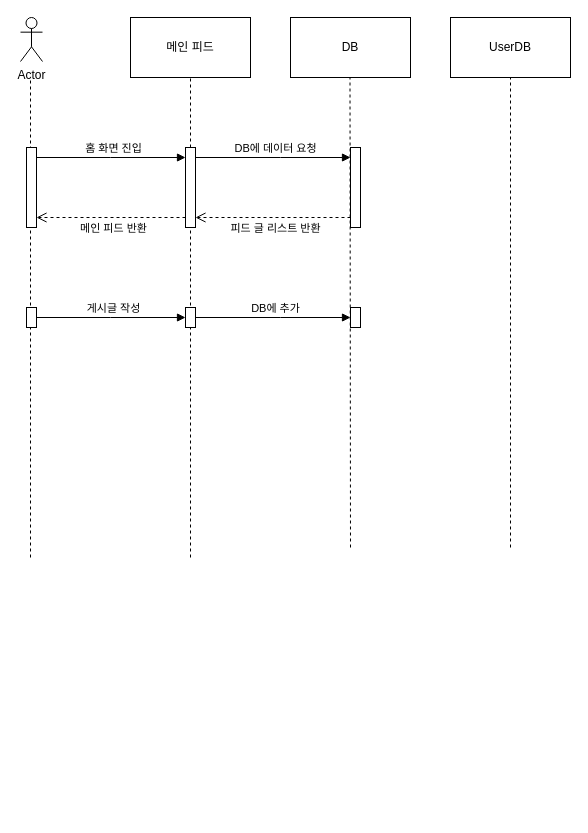
Earlier version of the draw.io diagram page "Main Feed" (3 of 4) of KB 3기 2반 5조.drawio (C0012S/SoBe-it). Source tidied: cells renumbered, new cells numbered last; positions are measured from the earlier drawing's top-left corner, leaving out a move shared by most shapes. Both pictures are drawn from the tidied source at 100%, with x=0, y=0 at pixel (20, 17).
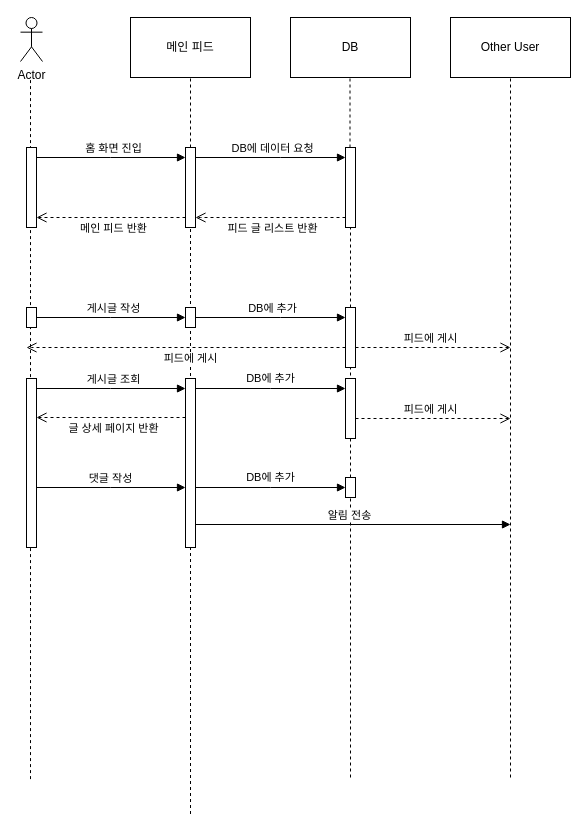
The same page after the edit.

Unchanged cells that the change refers to:
```xml
<mxCell id="12" style="html=1;points=[];perimeter=orthogonalPerimeter;outlineConnect=0;targetShapes=umlLifeline;portConstraint=eastwest;newEdgeStyle={&quot;edgeStyle&quot;:&quot;elbowEdgeStyle&quot;,&quot;elbow&quot;:&quot;vertical&quot;,&quot;curved&quot;:0,&quot;rounded&quot;:0};" parent="1" vertex="1">
  <mxGeometry x="165" y="130" width="10" height="80" as="geometry" />
</mxCell>
```

Diff of the diagram source:
```diff
@@
     <mxCell id="3" style="endArrow=none;dashed=1;html=1;rounded=0;" parent="1" edge="1">
       <mxGeometry relative="1" as="geometry">
-        <mxPoint x="10" y="540" as="sourcePoint" />
+        <mxPoint x="10" y="761.6" as="sourcePoint" />
         <mxPoint x="10" y="60" as="targetPoint" />
       </mxGeometry>
     </mxCell>
@@
-    <mxCell id="6" value="UserDB" style="rounded=0;whiteSpace=wrap;html=1;" parent="1" vertex="1">
+    <mxCell id="6" value="Other User" style="rounded=0;whiteSpace=wrap;html=1;" parent="1" vertex="1">
       <mxGeometry x="430" width="120" height="60" as="geometry" />
     </mxCell>
@@
-    <mxCell id="8" style="endArrow=none;dashed=1;html=1;rounded=0;" parent="1" edge="1">
+    <mxCell id="8" style="endArrow=none;dashed=1;html=1;rounded=0;" parent="1" edge="1" source="16">
       <mxGeometry relative="1" as="geometry">
-        <mxPoint x="330" y="530" as="sourcePoint" />
         <mxPoint x="329.5" y="60" as="targetPoint" />
       </mxGeometry>
     </mxCell>
     <mxCell id="9" style="endArrow=none;dashed=1;html=1;rounded=0;" parent="1" edge="1">
       <mxGeometry relative="1" as="geometry">
-        <mxPoint x="490" y="530" as="sourcePoint" />
+        <mxPoint x="490" y="760" as="sourcePoint" />
         <mxPoint x="490" y="60" as="targetPoint" />
       </mxGeometry>
     </mxCell>
@@
     <mxCell id="11" style="endArrow=none;dashed=1;html=1;rounded=0;" parent="1" edge="1" target="12">
       <mxGeometry relative="1" as="geometry">
-        <mxPoint x="170" y="540" as="sourcePoint" />
+        <mxPoint x="170" y="796.5" as="sourcePoint" />
       </mxGeometry>
     </mxCell>
@@
-    <mxCell id="16" style="html=1;points=[];perimeter=orthogonalPerimeter;outlineConnect=0;targetShapes=umlLifeline;portConstraint=eastwest;newEdgeStyle={&quot;edgeStyle&quot;:&quot;elbowEdgeStyle&quot;,&quot;elbow&quot;:&quot;vertical&quot;,&quot;curved&quot;:0,&quot;rounded&quot;:0};" parent="1" vertex="1">
-      <mxGeometry x="330" y="130" width="10" height="80" as="geometry" />
-    </mxCell>
@@
+    <mxCell id="23" style="endArrow=none;dashed=1;html=1;rounded=0;" parent="1" edge="1" source="37" target="22">
+      <mxGeometry relative="1" as="geometry" />
+    </mxCell>
     <mxCell id="22" style="html=1;points=[];perimeter=orthogonalPerimeter;outlineConnect=0;targetShapes=umlLifeline;portConstraint=eastwest;newEdgeStyle={&quot;edgeStyle&quot;:&quot;elbowEdgeStyle&quot;,&quot;elbow&quot;:&quot;vertical&quot;,&quot;curved&quot;:0,&quot;rounded&quot;:0};" parent="1" vertex="1">
-      <mxGeometry x="330" y="290" width="10" height="20" as="geometry" />
+      <mxGeometry x="325" y="290" width="10" height="60" as="geometry" />
     </mxCell>
+    <mxCell id="24" style="endArrow=none;dashed=1;html=1;rounded=0;" parent="1" edge="1" source="22" target="16">
+      <mxGeometry relative="1" as="geometry" />
+    </mxCell>
+    <mxCell id="16" style="html=1;points=[];perimeter=orthogonalPerimeter;outlineConnect=0;targetShapes=umlLifeline;portConstraint=eastwest;newEdgeStyle={&quot;edgeStyle&quot;:&quot;elbowEdgeStyle&quot;,&quot;elbow&quot;:&quot;vertical&quot;,&quot;curved&quot;:0,&quot;rounded&quot;:0};" parent="1" vertex="1">
+      <mxGeometry x="325" y="130" width="10" height="80" as="geometry" />
+    </mxCell>
+    <mxCell id="25" value="피드에 게시" style="html=1;verticalAlign=bottom;endArrow=open;dashed=1;endSize=8;edgeStyle=elbowEdgeStyle;elbow=vertical;curved=0;rounded=0;" parent="1" edge="1" source="22">
+      <mxGeometry x="-0.03" y="20" relative="1" as="geometry">
+        <mxPoint x="6" y="330" as="targetPoint" />
+        <Array as="points">
+          <mxPoint x="11" y="330" />
+        </Array>
+      </mxGeometry>
+    </mxCell>
+    <mxCell id="26" value="피드에 게시" style="html=1;verticalAlign=bottom;endArrow=open;dashed=1;endSize=8;edgeStyle=elbowEdgeStyle;elbow=vertical;curved=0;rounded=0;" parent="1" edge="1" source="22">
+      <mxGeometry x="-0.03" relative="1" as="geometry">
+        <mxPoint x="490" y="330" as="targetPoint" />
+      </mxGeometry>
+    </mxCell>
+    <mxCell id="27" value="게시글 조회" style="html=1;verticalAlign=bottom;endArrow=block;edgeStyle=elbowEdgeStyle;elbow=vertical;curved=0;rounded=0;" parent="1" edge="1" source="29" target="28">
+      <mxGeometry x="0.03" relative="1" as="geometry">
+        <Array as="points">
+          <mxPoint x="90" y="371" />
+        </Array>
+      </mxGeometry>
+    </mxCell>
+    <mxCell id="28" style="html=1;points=[];perimeter=orthogonalPerimeter;outlineConnect=0;targetShapes=umlLifeline;portConstraint=eastwest;newEdgeStyle={&quot;edgeStyle&quot;:&quot;elbowEdgeStyle&quot;,&quot;elbow&quot;:&quot;vertical&quot;,&quot;curved&quot;:0,&quot;rounded&quot;:0};" parent="1" vertex="1">
+      <mxGeometry x="165" y="361" width="10" height="169" as="geometry" />
+    </mxCell>
+    <mxCell id="29" style="html=1;points=[];perimeter=orthogonalPerimeter;outlineConnect=0;targetShapes=umlLifeline;portConstraint=eastwest;newEdgeStyle={&quot;edgeStyle&quot;:&quot;elbowEdgeStyle&quot;,&quot;elbow&quot;:&quot;vertical&quot;,&quot;curved&quot;:0,&quot;rounded&quot;:0};" parent="1" vertex="1">
+      <mxGeometry x="6" y="361" width="10" height="169" as="geometry" />
+    </mxCell>
+    <mxCell id="30" value="DB에 추가" style="html=1;verticalAlign=bottom;endArrow=block;edgeStyle=elbowEdgeStyle;elbow=vertical;curved=0;rounded=0;" parent="1" edge="1" target="31">
+      <mxGeometry y="1" relative="1" as="geometry">
+        <mxPoint x="175" y="371" as="sourcePoint" />
+        <Array as="points">
+          <mxPoint x="250" y="371" />
+        </Array>
+      </mxGeometry>
+    </mxCell>
+    <mxCell id="31" style="html=1;points=[];perimeter=orthogonalPerimeter;outlineConnect=0;targetShapes=umlLifeline;portConstraint=eastwest;newEdgeStyle={&quot;edgeStyle&quot;:&quot;elbowEdgeStyle&quot;,&quot;elbow&quot;:&quot;vertical&quot;,&quot;curved&quot;:0,&quot;rounded&quot;:0};" parent="1" vertex="1">
+      <mxGeometry x="325" y="361" width="10" height="60" as="geometry" />
+    </mxCell>
+    <mxCell id="32" value="피드에 게시" style="html=1;verticalAlign=bottom;endArrow=open;dashed=1;endSize=8;edgeStyle=elbowEdgeStyle;elbow=vertical;curved=0;rounded=0;" parent="1" edge="1" source="31">
+      <mxGeometry x="-0.03" relative="1" as="geometry">
+        <mxPoint x="490" y="401" as="targetPoint" />
+      </mxGeometry>
+    </mxCell>
+    <mxCell id="33" value="글 상세 페이지 반환" style="html=1;verticalAlign=bottom;endArrow=open;dashed=1;endSize=8;edgeStyle=elbowEdgeStyle;elbow=vertical;curved=0;rounded=0;" parent="1" edge="1">
+      <mxGeometry x="-0.03" y="20" relative="1" as="geometry">
+        <mxPoint x="165" y="400" as="sourcePoint" />
+        <mxPoint x="16" y="400" as="targetPoint" />
+      </mxGeometry>
+    </mxCell>
+    <mxCell id="34" value="댓글 작성" style="html=1;verticalAlign=bottom;endArrow=block;edgeStyle=elbowEdgeStyle;elbow=vertical;curved=0;rounded=0;" parent="1" edge="1">
+      <mxGeometry x="-0.01" relative="1" as="geometry">
+        <mxPoint x="16" y="470" as="sourcePoint" />
+        <mxPoint x="165" y="470" as="targetPoint" />
+        <Array as="points">
+          <mxPoint x="90" y="470" />
+        </Array>
+      </mxGeometry>
+    </mxCell>
+    <mxCell id="35" value="DB에 추가" style="html=1;verticalAlign=bottom;endArrow=block;edgeStyle=elbowEdgeStyle;elbow=vertical;curved=0;rounded=0;" parent="1" edge="1">
+      <mxGeometry y="1" relative="1" as="geometry">
+        <mxPoint x="175" y="470" as="sourcePoint" />
+        <mxPoint x="325" y="470" as="targetPoint" />
+        <Array as="points">
+          <mxPoint x="250" y="470" />
+        </Array>
+      </mxGeometry>
+    </mxCell>
+    <mxCell id="36" style="endArrow=none;dashed=1;html=1;rounded=0;" parent="1" edge="1" target="37">
+      <mxGeometry relative="1" as="geometry">
+        <mxPoint x="330" y="760" as="sourcePoint" />
+      </mxGeometry>
+    </mxCell>
+    <mxCell id="37" style="html=1;points=[];perimeter=orthogonalPerimeter;outlineConnect=0;targetShapes=umlLifeline;portConstraint=eastwest;newEdgeStyle={&quot;edgeStyle&quot;:&quot;elbowEdgeStyle&quot;,&quot;elbow&quot;:&quot;vertical&quot;,&quot;curved&quot;:0,&quot;rounded&quot;:0};" parent="1" vertex="1">
+      <mxGeometry x="325" y="460" width="10" height="20" as="geometry" />
+    </mxCell>
+    <mxCell id="38" value="알림 전송" style="html=1;verticalAlign=bottom;endArrow=block;edgeStyle=elbowEdgeStyle;elbow=vertical;curved=0;rounded=0;" parent="1" edge="1">
+      <mxGeometry x="-0.02" relative="1" as="geometry">
+        <mxPoint x="175" y="507" as="sourcePoint" />
+        <mxPoint x="490" y="507" as="targetPoint" />
+      </mxGeometry>
+    </mxCell>
```
